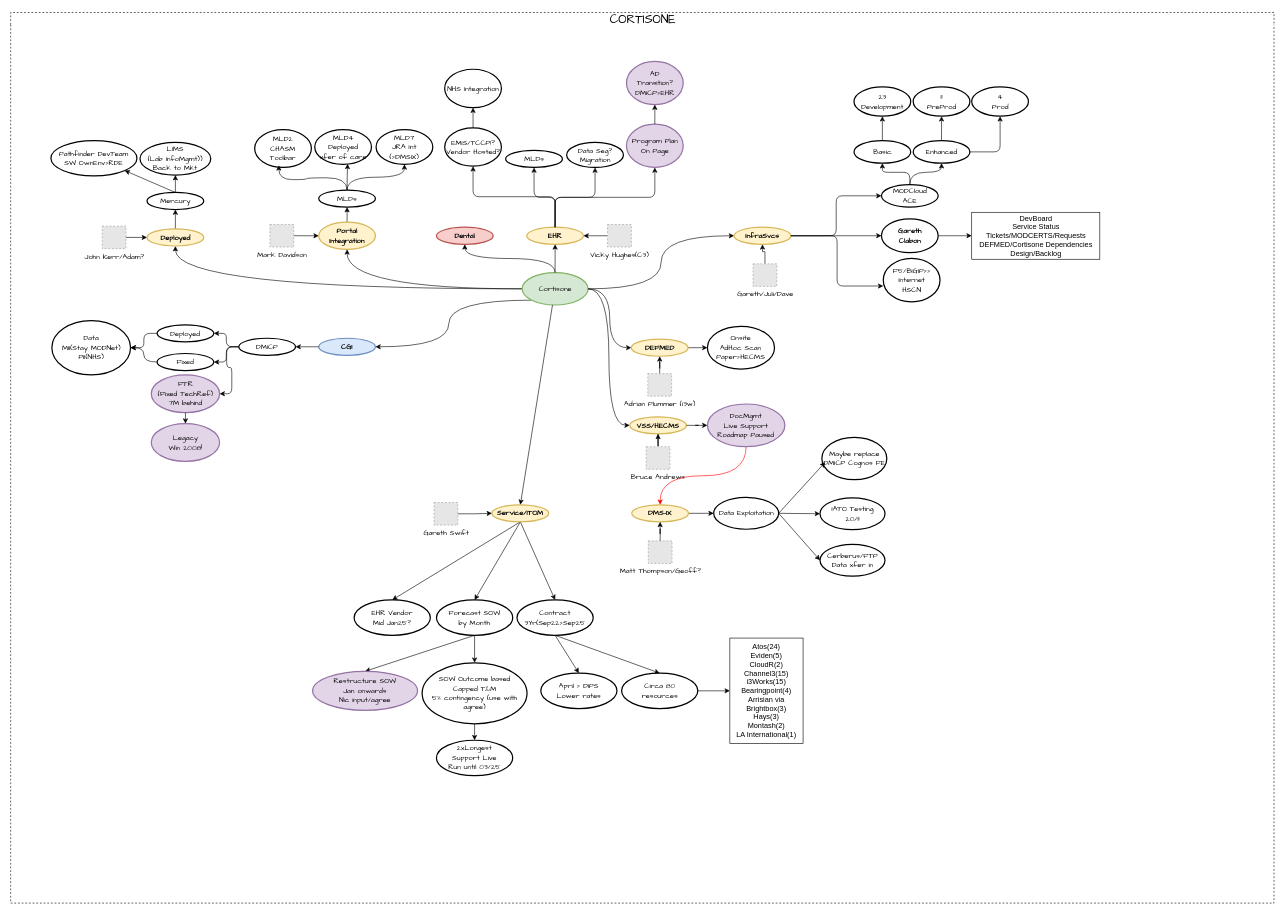
The draw.io diagram page "Overview" (1 of 4) of 202411 Cortisone.drawio in dalegent42/DrawIO, before the edit. Source tidied: cells renumbered, new cells numbered last; positions are measured from the earlier drawing's top-left corner, leaving out a move shared by most shapes. Both pictures are drawn from the tidied source at 61%, with x=0, y=0 at pixel (10, 12). Pictures stored in the file or linked from it are replaced by grey dashed boxes.
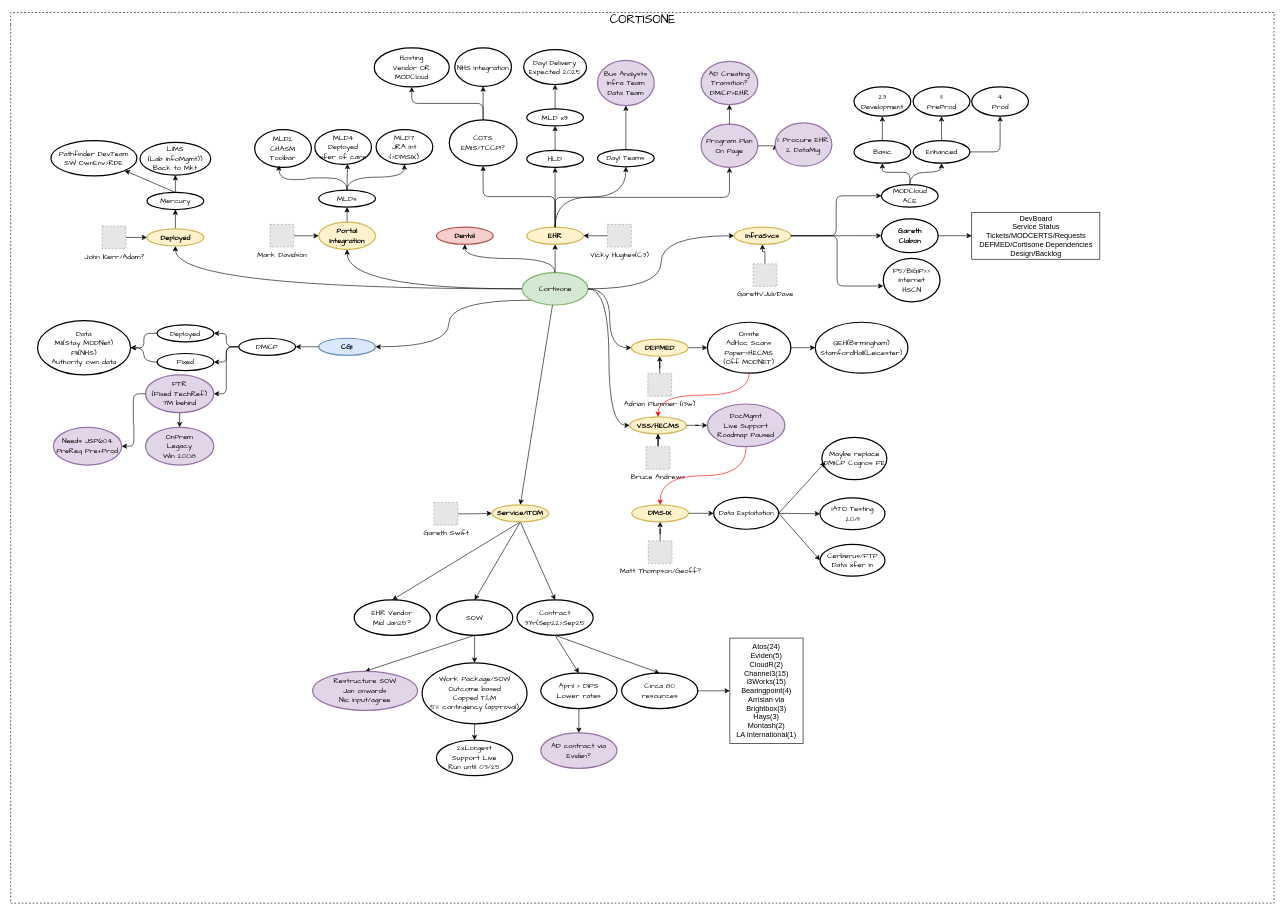
The same page after the edit.

Unchanged cells that the change refers to:
```xml
<mxCell id="2" value="&lt;span style=&quot;&quot;&gt;&lt;font style=&quot;font-size: 20px;&quot;&gt;CORTISONE&lt;/font&gt;&lt;/span&gt;" style="swimlane;html=1;startSize=20;horizontal=1;containerType=tree;labelBackgroundColor=none;strokeWidth=1;fontFamily=Comic Sans MS;fontSize=9;swimlaneLine=0;dashed=1;fontStyle=0;" parent="1" vertex="1">
  <mxGeometry width="2071" height="1460" as="geometry" />
</mxCell>
<mxCell id="9" value="&lt;font face=&quot;Comic Sans MS&quot;&gt;EHR&lt;/font&gt;" style="ellipse;whiteSpace=wrap;html=1;align=center;strokeWidth=2;fontStyle=1;fillColor=#fff2cc;strokeColor=#d6b656;" parent="2" vertex="1">
  <mxGeometry x="846" y="352" width="93" height="28" as="geometry" />
</mxCell>
<mxCell id="24" value="&lt;font face=&quot;Comic Sans MS&quot;&gt;VSS/HECMS&lt;/font&gt;" style="ellipse;whiteSpace=wrap;html=1;align=center;strokeWidth=2;fontStyle=1;fillColor=#fff2cc;strokeColor=#d6b656;" parent="2" vertex="1">
  <mxGeometry x="1014.8" y="662.8" width="93" height="28" as="geometry" />
</mxCell>
<mxCell id="87" value="&lt;font face=&quot;Comic Sans MS&quot;&gt;April &amp;gt; DIPS&lt;/font&gt;&lt;div&gt;&lt;font face=&quot;Comic Sans MS&quot;&gt;Lower rates&lt;/font&gt;&lt;/div&gt;" style="ellipse;whiteSpace=wrap;html=1;align=center;strokeWidth=2;fontStyle=0;" parent="2" vertex="1">
  <mxGeometry x="869" y="1083" width="125" height="58" as="geometry" />
</mxCell>
```

Diff of the diagram source:
```diff
@@
-    <mxCell id="10" value="&lt;font face=&quot;Comic Sans MS&quot;&gt;EMIS/TCCP1?&lt;/font&gt;&lt;div&gt;&lt;font face=&quot;Comic Sans MS&quot;&gt;Vendor Hosted?&lt;/font&gt;&lt;/div&gt;" style="ellipse;whiteSpace=wrap;html=1;align=center;strokeWidth=2;" parent="2" vertex="1">
-      <mxGeometry x="711.5" y="189" width="93" height="63" as="geometry" />
+    <mxCell id="10" value="&lt;font face=&quot;Comic Sans MS&quot;&gt;COTS&lt;/font&gt;&lt;div&gt;&lt;div&gt;&lt;font face=&quot;Comic Sans MS&quot;&gt;EMIS/TCCP1?&lt;/font&gt;&lt;/div&gt;&lt;/div&gt;" style="ellipse;whiteSpace=wrap;html=1;align=center;strokeWidth=2;" parent="2" vertex="1">
+      <mxGeometry x="719" y="176" width="111" height="75.5" as="geometry" />
     </mxCell>
@@
-    <mxCell id="12" value="&lt;font face=&quot;Comic Sans MS&quot;&gt;Data Seg?&lt;/font&gt;&lt;div&gt;&lt;font face=&quot;Comic Sans MS&quot;&gt;Migration&lt;/font&gt;&lt;/div&gt;" style="ellipse;whiteSpace=wrap;html=1;align=center;strokeWidth=2;" parent="2" vertex="1">
-      <mxGeometry x="911.5" y="213" width="93" height="41" as="geometry" />
-    </mxCell>
-    <mxCell id="13" style="edgeStyle=orthogonalEdgeStyle;rounded=1;jettySize=auto;html=1;exitX=0.5;exitY=0;exitDx=0;exitDy=0;entryX=0.5;entryY=1;entryDx=0;entryDy=0;curved=0;" parent="2" edge="1" source="9" target="12">
-      <mxGeometry relative="1" as="geometry" />
-    </mxCell>
@@
-    <mxCell id="67" value="&lt;font face=&quot;Comic Sans MS&quot;&gt;MLDs&lt;/font&gt;" style="ellipse;whiteSpace=wrap;html=1;align=center;strokeWidth=2;" parent="2" vertex="1">
-      <mxGeometry x="811.5" y="226" width="93" height="28" as="geometry" />
+    <mxCell id="67" value="&lt;font face=&quot;Comic Sans MS&quot;&gt;HLD&lt;/font&gt;" style="ellipse;whiteSpace=wrap;html=1;align=center;strokeWidth=2;" parent="2" vertex="1">
+      <mxGeometry x="846" y="226" width="93" height="28" as="geometry" />
     </mxCell>
@@
     <mxCell id="69" value="&lt;font face=&quot;Comic Sans MS&quot;&gt;FTR&lt;/font&gt;&lt;div&gt;&lt;font face=&quot;Comic Sans MS&quot;&gt;(Fixed TechRef)&lt;/font&gt;&lt;/div&gt;&lt;div&gt;&lt;font face=&quot;Comic Sans MS&quot;&gt;7M behind&lt;/font&gt;&lt;/div&gt;" style="ellipse;whiteSpace=wrap;html=1;align=center;strokeWidth=2;fillColor=#e1d5e7;strokeColor=#9673a6;" parent="2" vertex="1">
-      <mxGeometry x="230.5" y="594" width="112" height="62" as="geometry" />
+      <mxGeometry x="221" y="594" width="112" height="62" as="geometry" />
     </mxCell>
@@
-    <mxCell id="80" value="&lt;font face=&quot;Comic Sans MS&quot;&gt;Onsite&lt;/font&gt;&lt;div&gt;&lt;font face=&quot;Comic Sans MS&quot;&gt;AdHoc Scan&lt;/font&gt;&lt;/div&gt;&lt;div&gt;&lt;font face=&quot;Comic Sans MS&quot;&gt;Paper&amp;gt;HECMS&lt;/font&gt;&lt;/div&gt;" style="ellipse;whiteSpace=wrap;html=1;align=center;strokeWidth=2;fontStyle=0;" parent="2" vertex="1">
-      <mxGeometry x="1142.2" y="514.5" width="110" height="70" as="geometry" />
+    <mxCell id="80" value="&lt;font face=&quot;Comic Sans MS&quot;&gt;Onsite&lt;/font&gt;&lt;div&gt;&lt;font face=&quot;Comic Sans MS&quot;&gt;AdHoc Scans&lt;/font&gt;&lt;/div&gt;&lt;div&gt;&lt;font face=&quot;Comic Sans MS&quot;&gt;Paper&amp;gt;HECMS&lt;/font&gt;&lt;/div&gt;&lt;div&gt;&lt;font face=&quot;Comic Sans MS&quot;&gt;(Off MODNET)&lt;/font&gt;&lt;/div&gt;" style="ellipse;whiteSpace=wrap;html=1;align=center;strokeWidth=2;fontStyle=0;" parent="2" vertex="1">
+      <mxGeometry x="1142.2" y="507.8" width="136.8" height="83.5" as="geometry" />
     </mxCell>
@@
-    <mxCell id="86" value="&lt;font face=&quot;Comic Sans MS&quot;&gt;Forecast SOW&lt;/font&gt;&lt;div&gt;&lt;font face=&quot;Comic Sans MS&quot;&gt;by Month&lt;/font&gt;&lt;/div&gt;" style="ellipse;whiteSpace=wrap;html=1;align=center;strokeWidth=2;fontStyle=0;" parent="2" vertex="1">
+    <mxCell id="86" value="&lt;font face=&quot;Comic Sans MS&quot;&gt;SOW&lt;/font&gt;" style="ellipse;whiteSpace=wrap;html=1;align=center;strokeWidth=2;fontStyle=0;" parent="2" vertex="1">
       <mxGeometry x="698" y="963" width="125" height="58" as="geometry" />
     </mxCell>
@@
-    <mxCell id="90" value="&lt;font face=&quot;Comic Sans MS&quot;&gt;SOW Outcome based&lt;/font&gt;&lt;div&gt;&lt;font face=&quot;Comic Sans MS&quot;&gt;Capped T&amp;amp;M&lt;/font&gt;&lt;/div&gt;&lt;div&gt;&lt;font face=&quot;Comic Sans MS&quot;&gt;5% contingency (use with agree)&lt;/font&gt;&lt;/div&gt;" style="ellipse;whiteSpace=wrap;html=1;align=center;strokeWidth=2;fontStyle=0;" parent="2" vertex="1">
+    <mxCell id="90" value="&lt;font face=&quot;Comic Sans MS&quot;&gt;Work Package/SOW&lt;/font&gt;&lt;div&gt;&lt;font face=&quot;Comic Sans MS&quot;&gt;Outcome based&lt;/font&gt;&lt;div&gt;&lt;font face=&quot;Comic Sans MS&quot;&gt;Capped T&amp;amp;M&lt;/font&gt;&lt;/div&gt;&lt;div&gt;&lt;font face=&quot;Comic Sans MS&quot;&gt;5% contingency (approval)&lt;/font&gt;&lt;/div&gt;&lt;/div&gt;" style="ellipse;whiteSpace=wrap;html=1;align=center;strokeWidth=2;fontStyle=0;" parent="2" vertex="1">
       <mxGeometry x="674.5" y="1066" width="172" height="100" as="geometry" />
     </mxCell>
@@
     <mxCell id="94" value="&lt;font face=&quot;Comic Sans MS&quot;&gt;Program Plan&lt;/font&gt;&lt;div&gt;&lt;font face=&quot;Comic Sans MS&quot;&gt;On Page&lt;/font&gt;&lt;/div&gt;" style="ellipse;whiteSpace=wrap;html=1;align=center;strokeWidth=2;fillColor=#e1d5e7;strokeColor=#9673a6;" parent="2" vertex="1">
-      <mxGeometry x="1009.5" y="183" width="93" height="71" as="geometry" />
+      <mxGeometry x="1131.8" y="183" width="93" height="71" as="geometry" />
     </mxCell>
-    <mxCell id="95" value="&lt;font face=&quot;Comic Sans MS&quot;&gt;Legacy&lt;/font&gt;&lt;div&gt;&lt;font face=&quot;Comic Sans MS&quot;&gt;Win 2008!&lt;/font&gt;&lt;/div&gt;" style="ellipse;whiteSpace=wrap;html=1;align=center;strokeWidth=2;fillColor=#e1d5e7;strokeColor=#9673a6;" parent="2" vertex="1">
-      <mxGeometry x="230.5" y="673.9" width="112" height="62" as="geometry" />
+    <mxCell id="95" value="&lt;font face=&quot;Comic Sans MS&quot;&gt;OnPrem&lt;/font&gt;&lt;div&gt;&lt;font face=&quot;Comic Sans MS&quot;&gt;Legacy&lt;/font&gt;&lt;div&gt;&lt;font face=&quot;Comic Sans MS&quot;&gt;Win 2008&lt;/font&gt;&lt;/div&gt;&lt;/div&gt;" style="ellipse;whiteSpace=wrap;html=1;align=center;strokeWidth=2;fillColor=#e1d5e7;strokeColor=#9673a6;" parent="2" vertex="1">
+      <mxGeometry x="221" y="680" width="112" height="62" as="geometry" />
     </mxCell>
@@
-    <mxCell id="98" value="&lt;font face=&quot;Comic Sans MS&quot;&gt;AD&lt;/font&gt;&lt;div&gt;&lt;font face=&quot;Comic Sans MS&quot;&gt;Transition?&lt;/font&gt;&lt;div&gt;&lt;font face=&quot;Comic Sans MS&quot;&gt;DMICP&amp;gt;EHR&lt;/font&gt;&lt;/div&gt;&lt;/div&gt;" style="ellipse;whiteSpace=wrap;html=1;align=center;strokeWidth=2;fillColor=#e1d5e7;strokeColor=#9673a6;" parent="2" vertex="1">
-      <mxGeometry x="1009.5" y="80" width="93" height="71" as="geometry" />
+    <mxCell id="98" value="&lt;font face=&quot;Comic Sans MS&quot;&gt;AD Creating&lt;/font&gt;&lt;div&gt;&lt;font face=&quot;Comic Sans MS&quot;&gt;Transition?&lt;/font&gt;&lt;div&gt;&lt;font face=&quot;Comic Sans MS&quot;&gt;DMICP&amp;gt;EHR&lt;/font&gt;&lt;/div&gt;&lt;/div&gt;" style="ellipse;whiteSpace=wrap;html=1;align=center;strokeWidth=2;fillColor=#e1d5e7;strokeColor=#9673a6;" parent="2" vertex="1">
+      <mxGeometry x="1131.8" y="80" width="93" height="71" as="geometry" />
     </mxCell>
@@
     <mxCell id="101" value="&lt;font face=&quot;Comic Sans MS&quot;&gt;NHS Integration&lt;/font&gt;" style="ellipse;whiteSpace=wrap;html=1;align=center;strokeWidth=2;" parent="2" vertex="1">
-      <mxGeometry x="711.5" y="93" width="93" height="63" as="geometry" />
+      <mxGeometry x="728" y="58" width="93" height="63" as="geometry" />
     </mxCell>
-    <mxCell id="102" value="&lt;font face=&quot;Comic Sans MS&quot;&gt;Data&lt;/font&gt;&lt;div&gt;&lt;font face=&quot;Comic Sans MS&quot;&gt;MII(Stay MODNet)&lt;/font&gt;&lt;/div&gt;&lt;div&gt;&lt;font face=&quot;Comic Sans MS&quot;&gt;PII(NHS)&lt;/font&gt;&lt;/div&gt;" style="ellipse;whiteSpace=wrap;html=1;align=center;strokeWidth=2;" parent="2" vertex="1">
-      <mxGeometry x="67.5" y="505" width="129" height="89" as="geometry" />
+    <mxCell id="102" value="&lt;font face=&quot;Comic Sans MS&quot;&gt;Data&lt;/font&gt;&lt;div&gt;&lt;font face=&quot;Comic Sans MS&quot;&gt;MII(Stay MODNet)&lt;/font&gt;&lt;/div&gt;&lt;div&gt;&lt;font face=&quot;Comic Sans MS&quot;&gt;PII(NHS)&lt;/font&gt;&lt;/div&gt;&lt;div&gt;&lt;font face=&quot;Comic Sans MS&quot;&gt;Authority own data&lt;/font&gt;&lt;/div&gt;" style="ellipse;whiteSpace=wrap;html=1;align=center;strokeWidth=2;" parent="2" vertex="1">
+      <mxGeometry x="44" y="505" width="152.5" height="89" as="geometry" />
     </mxCell>
@@
+    <mxCell id="128" style="edgeStyle=orthogonalEdgeStyle;rounded=1;jettySize=auto;html=1;exitX=0.5;exitY=0;exitDx=0;exitDy=0;entryX=0.5;entryY=1;entryDx=0;entryDy=0;curved=0;" parent="2" edge="1" source="67" target="129">
+      <mxGeometry relative="1" as="geometry" />
+    </mxCell>
+    <mxCell id="129" value="&lt;font face=&quot;Comic Sans MS&quot;&gt;MLD x9&lt;/font&gt;" style="ellipse;whiteSpace=wrap;html=1;align=center;strokeWidth=2;" parent="2" vertex="1">
+      <mxGeometry x="846" y="158" width="93" height="28" as="geometry" />
+    </mxCell>
+    <mxCell id="130" style="edgeStyle=orthogonalEdgeStyle;rounded=1;jettySize=auto;html=1;exitX=1;exitY=0.5;exitDx=0;exitDy=0;entryX=0;entryY=0.5;entryDx=0;entryDy=0;curved=0;" parent="2" edge="1" source="94" target="131">
+      <mxGeometry relative="1" as="geometry" />
+    </mxCell>
+    <mxCell id="131" value="&lt;font face=&quot;Comic Sans MS&quot;&gt;1. Procure EHR&lt;/font&gt;&lt;div&gt;&lt;font face=&quot;Comic Sans MS&quot;&gt;2. DataMig&lt;/font&gt;&lt;/div&gt;" style="ellipse;whiteSpace=wrap;html=1;align=center;strokeWidth=2;fillColor=#e1d5e7;strokeColor=#9673a6;" parent="2" vertex="1">
+      <mxGeometry x="1253.2" y="181" width="93" height="71" as="geometry" />
+    </mxCell>
+    <mxCell id="132" style="edgeStyle=none;rounded=0;jettySize=auto;html=1;exitX=0.5;exitY=1;exitDx=0;exitDy=0;entryX=0.5;entryY=0;entryDx=0;entryDy=0;" parent="2" edge="1" source="87" target="133">
+      <mxGeometry relative="1" as="geometry" />
+    </mxCell>
+    <mxCell id="133" value="&lt;font face=&quot;Comic Sans MS&quot;&gt;AD contract via Eviden?&lt;/font&gt;" style="ellipse;whiteSpace=wrap;html=1;align=center;strokeWidth=2;fontStyle=0;fillColor=#e1d5e7;strokeColor=#9673a6;" parent="2" vertex="1">
+      <mxGeometry x="869" y="1181" width="125" height="58" as="geometry" />
+    </mxCell>
+    <mxCell id="134" style="edgeStyle=orthogonalEdgeStyle;rounded=1;jettySize=auto;html=1;exitX=0;exitY=0.5;exitDx=0;exitDy=0;entryX=1;entryY=0.5;entryDx=0;entryDy=0;curved=0;" parent="2" edge="1" source="69" target="135">
+      <mxGeometry relative="1" as="geometry" />
+    </mxCell>
+    <mxCell id="135" value="&lt;font face=&quot;Comic Sans MS&quot;&gt;Needs JSP604&lt;/font&gt;&lt;div&gt;&lt;font face=&quot;Comic Sans MS&quot;&gt;PreReq Pre+Prod&lt;/font&gt;&lt;/div&gt;" style="ellipse;whiteSpace=wrap;html=1;align=center;strokeWidth=2;fillColor=#e1d5e7;strokeColor=#9673a6;" parent="2" vertex="1">
+      <mxGeometry x="70" y="680" width="112" height="62" as="geometry" />
+    </mxCell>
+    <mxCell id="136" style="edgeStyle=orthogonalEdgeStyle;rounded=1;jettySize=auto;html=1;exitX=0.5;exitY=0;exitDx=0;exitDy=0;entryX=0.5;entryY=1;entryDx=0;entryDy=0;curved=0;" parent="2" edge="1" source="129" target="137">
+      <mxGeometry relative="1" as="geometry" />
+    </mxCell>
+    <mxCell id="137" value="&lt;font face=&quot;Comic Sans MS&quot;&gt;Day1 Delivery Expected 2025&lt;/font&gt;" style="ellipse;whiteSpace=wrap;html=1;align=center;strokeWidth=2;" parent="2" vertex="1">
+      <mxGeometry x="841" y="61" width="103" height="57" as="geometry" />
+    </mxCell>
+    <mxCell id="138" style="edgeStyle=orthogonalEdgeStyle;rounded=1;jettySize=auto;html=1;exitX=0.5;exitY=0;exitDx=0;exitDy=0;entryX=0.5;entryY=1;entryDx=0;entryDy=0;curved=0;" parent="2" edge="1" source="10" target="139">
+      <mxGeometry relative="1" as="geometry" />
+    </mxCell>
+    <mxCell id="139" value="&lt;font face=&quot;Comic Sans MS&quot;&gt;Hosting&lt;/font&gt;&lt;div&gt;&lt;font face=&quot;Comic Sans MS&quot;&gt;Vendor OR&lt;/font&gt;&lt;div&gt;&lt;font face=&quot;Comic Sans MS&quot;&gt;MODCloud&lt;/font&gt;&lt;/div&gt;&lt;/div&gt;" style="ellipse;whiteSpace=wrap;html=1;align=center;strokeWidth=2;" parent="2" vertex="1">
+      <mxGeometry x="596" y="58" width="123" height="64" as="geometry" />
+    </mxCell>
+    <mxCell id="140" value="&lt;font face=&quot;Comic Sans MS&quot;&gt;Day1 Teams&lt;/font&gt;" style="ellipse;whiteSpace=wrap;html=1;align=center;strokeWidth=2;" parent="2" vertex="1">
+      <mxGeometry x="962" y="224.9" width="93" height="28" as="geometry" />
+    </mxCell>
+    <mxCell id="141" style="edgeStyle=none;rounded=0;jettySize=auto;html=1;" parent="2" edge="1" source="140" target="142">
+      <mxGeometry relative="1" as="geometry" />
+    </mxCell>
+    <mxCell id="142" value="&lt;font face=&quot;Comic Sans MS&quot;&gt;Bus Analysts&lt;/font&gt;&lt;div&gt;&lt;font face=&quot;Comic Sans MS&quot;&gt;Infra Team&lt;/font&gt;&lt;/div&gt;&lt;div&gt;&lt;font face=&quot;Comic Sans MS&quot;&gt;Data Team&lt;/font&gt;&lt;/div&gt;" style="ellipse;whiteSpace=wrap;html=1;align=center;strokeWidth=2;fillColor=#e1d5e7;strokeColor=#9673a6;" parent="2" vertex="1">
+      <mxGeometry x="962" y="78.6" width="93" height="73.9" as="geometry" />
+    </mxCell>
+    <mxCell id="143" style="edgeStyle=orthogonalEdgeStyle;rounded=0;jettySize=auto;html=1;exitX=0.5;exitY=0;exitDx=0;exitDy=0;entryX=0.5;entryY=1;entryDx=0;entryDy=0;curved=1;" parent="2" edge="1" source="9" target="140">
+      <mxGeometry relative="1" as="geometry" />
+    </mxCell>
+    <mxCell id="144" style="edgeStyle=orthogonalEdgeStyle;rounded=0;jettySize=auto;html=1;exitX=0.5;exitY=1;exitDx=0;exitDy=0;entryX=0.5;entryY=0;entryDx=0;entryDy=0;curved=1;strokeColor=#FF0000;" parent="2" edge="1" source="80" target="24">
+      <mxGeometry relative="1" as="geometry" />
+    </mxCell>
+    <mxCell id="145" style="edgeStyle=none;rounded=0;jettySize=auto;html=1;exitX=1;exitY=0.5;exitDx=0;exitDy=0;entryX=0;entryY=0.5;entryDx=0;entryDy=0;" parent="2" edge="1" source="80" target="146">
+      <mxGeometry relative="1" as="geometry" />
+    </mxCell>
+    <mxCell id="146" value="&lt;font face=&quot;Comic Sans MS&quot;&gt;QEH(Birmingham)&lt;/font&gt;&lt;div&gt;&lt;font face=&quot;Comic Sans MS&quot;&gt;StamfordHall(Leicester)&lt;/font&gt;&lt;/div&gt;" style="ellipse;whiteSpace=wrap;html=1;align=center;strokeWidth=2;fontStyle=0;" parent="2" vertex="1">
+      <mxGeometry x="1319" y="507.8" width="152" height="83.5" as="geometry" />
+    </mxCell>
```
